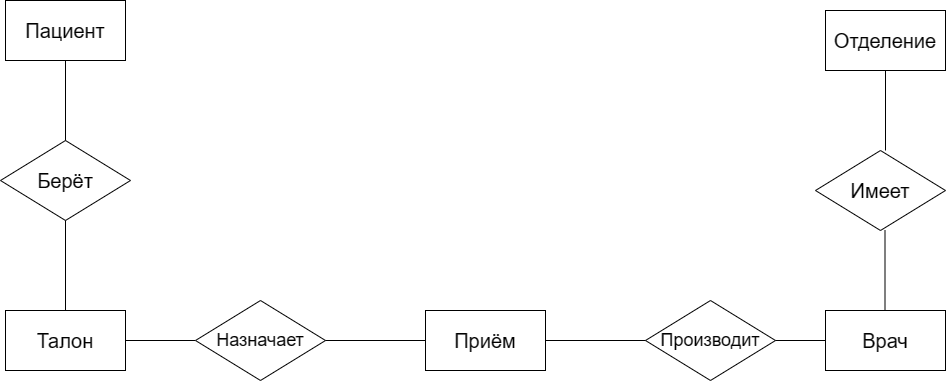
Before: Диаграмма без названия.drawio.png, a diagram exported from draw.io (dibovdmitry/Project). Source tidied: cells renumbered, new cells last; positions are measured from the earlier drawing's top-left corner, leaving out a move shared by most shapes.
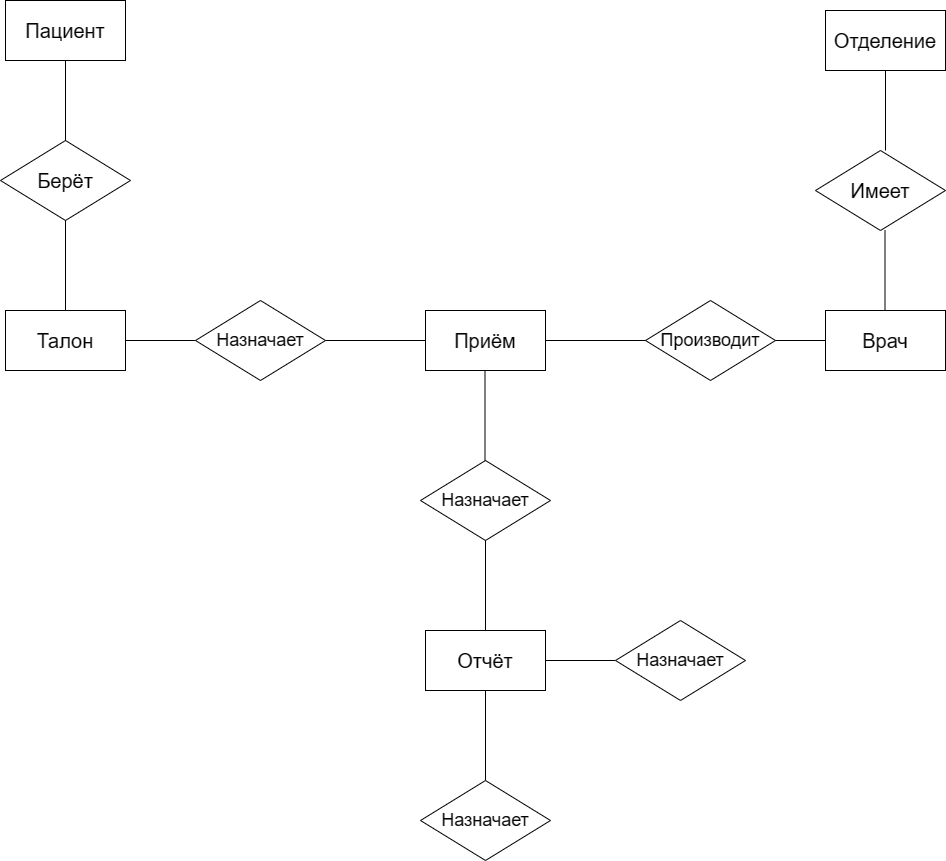
Later version of the same file.

Change to the diagram source:
```diff
@@ -75,5 +75,41 @@
         <mxPoint x="645" y="340" as="targetPoint" />
       </mxGeometry>
     </mxCell>
+    <mxCell id="19" style="endArrow=none;html=1;rounded=0;" parent="1" edge="1">
+      <mxGeometry relative="1" as="geometry">
+        <mxPoint x="484.5" y="460" as="sourcePoint" />
+        <mxPoint x="484.5" y="370" as="targetPoint" />
+      </mxGeometry>
+    </mxCell>
+    <mxCell id="20" value="Назначает" style="rhombus;whiteSpace=wrap;html=1;fontSize=18;" parent="1" vertex="1">
+      <mxGeometry x="420" y="460" width="130" height="80" as="geometry" />
+    </mxCell>
+    <mxCell id="21" style="endArrow=none;html=1;rounded=0;" parent="1" edge="1">
+      <mxGeometry relative="1" as="geometry">
+        <mxPoint x="485" y="640" as="sourcePoint" />
+        <mxPoint x="485" y="540" as="targetPoint" />
+      </mxGeometry>
+    </mxCell>
+    <mxCell id="22" value="Отчёт" style="rounded=0;whiteSpace=wrap;html=1;fontSize=20;" parent="1" vertex="1">
+      <mxGeometry x="425" y="630" width="120" height="60" as="geometry" />
+    </mxCell>
+    <mxCell id="23" style="endArrow=none;html=1;rounded=0;" parent="1" edge="1">
+      <mxGeometry relative="1" as="geometry">
+        <mxPoint x="545" y="660" as="sourcePoint" />
+        <mxPoint x="615" y="660" as="targetPoint" />
+      </mxGeometry>
+    </mxCell>
+    <mxCell id="24" value="Назначает" style="rhombus;whiteSpace=wrap;html=1;fontSize=18;" parent="1" vertex="1">
+      <mxGeometry x="615" y="620" width="130" height="80" as="geometry" />
+    </mxCell>
+    <mxCell id="25" style="endArrow=none;html=1;rounded=0;" parent="1" edge="1">
+      <mxGeometry relative="1" as="geometry">
+        <mxPoint x="485" y="780" as="sourcePoint" />
+        <mxPoint x="485" y="690" as="targetPoint" />
+      </mxGeometry>
+    </mxCell>
+    <mxCell id="26" value="Назначает" style="rhombus;whiteSpace=wrap;html=1;fontSize=18;" parent="1" vertex="1">
+      <mxGeometry x="420" y="780" width="130" height="80" as="geometry" />
+    </mxCell>
   </root>
 </mxGraphModel>
```
